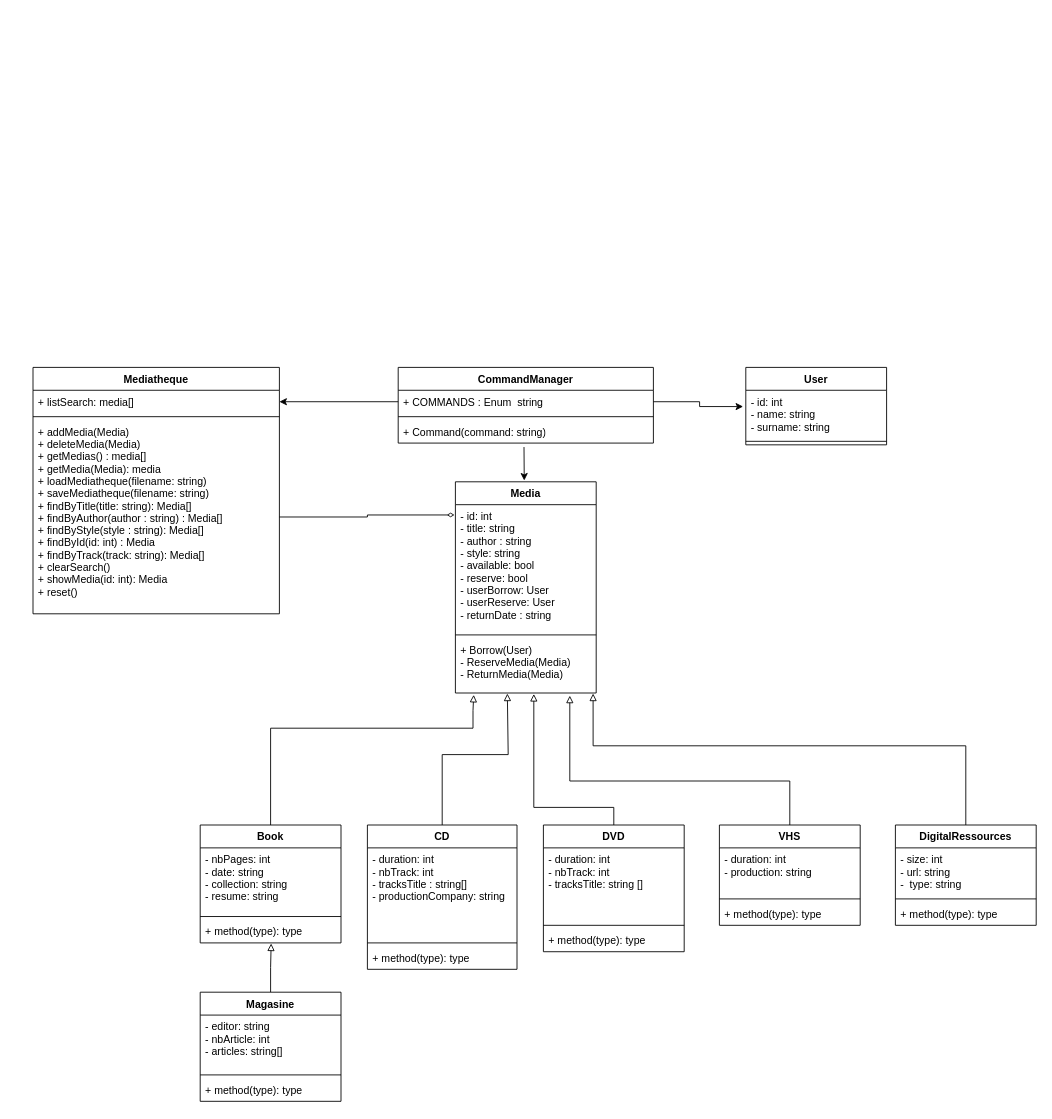
This is page "UML" (1 of 2) of UML.drawio from BillyBigGun/EnseirbBiblio, a draw.io file, before an edit. Source tidied: cells renumbered, new cells numbered last; positions are measured from the earlier drawing's top-left corner, leaving out a move shared by most shapes. Both pictures are drawn from the tidied source at 88%, with x=0, y=0 at pixel (33, 367).
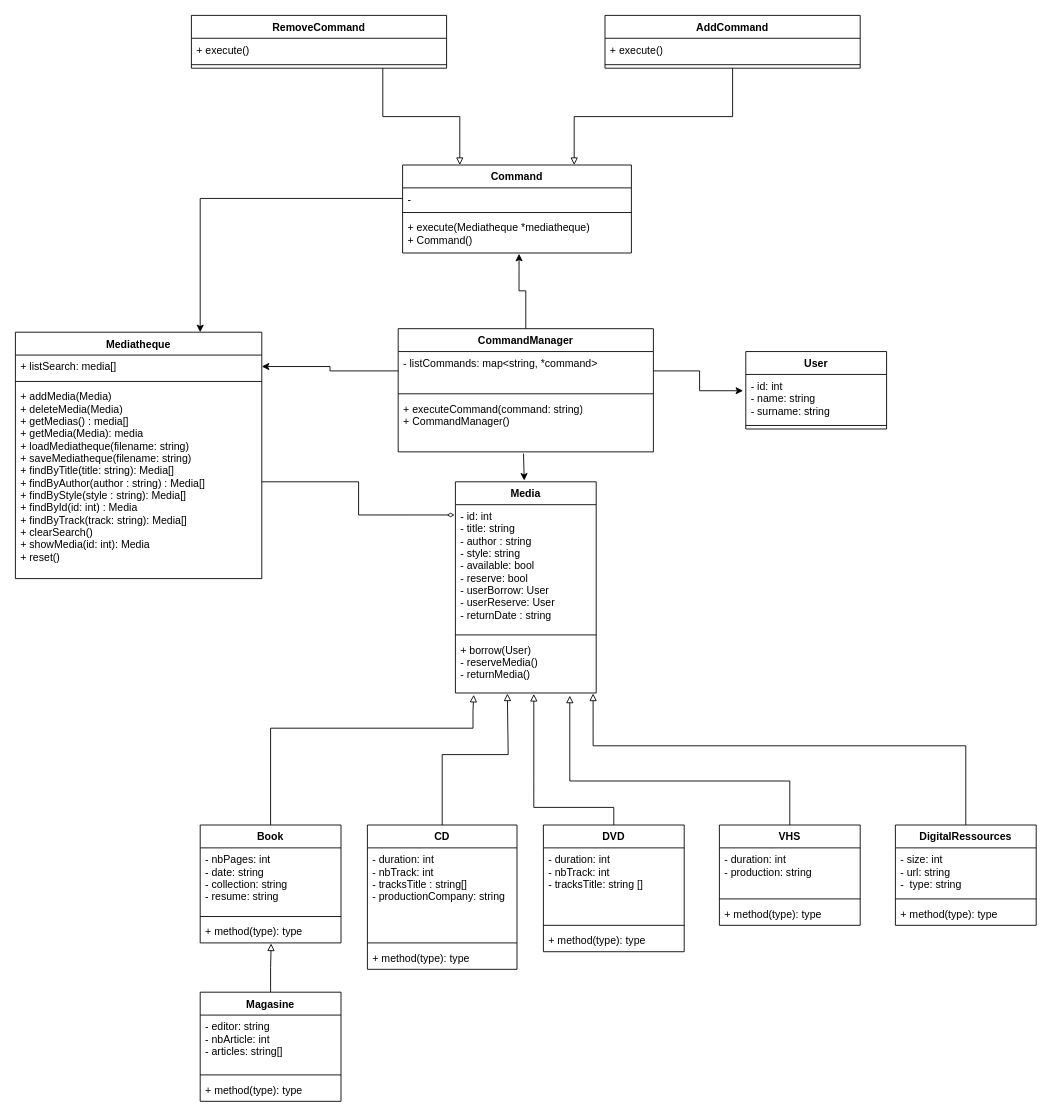
The same diagram, later.

The change refers to these unchanged cells:
```xml
<mxCell id="7" value="Media" style="swimlane;fontStyle=1;align=center;verticalAlign=top;horizontal=1;startSize=26;" parent="1" vertex="1">
  <mxGeometry x="480" y="130" width="160" height="240" as="geometry" />
</mxCell>
```

What changed in the source:
```diff
@@
     <mxCell id="2" value="Mediatheque&#10;" style="swimlane;fontStyle=1;align=center;verticalAlign=top;horizontal=1;startSize=26;" parent="1" vertex="1">
-      <mxGeometry width="280" height="280" as="geometry" />
+      <mxGeometry x="-20" y="-40" width="280" height="280" as="geometry" />
     </mxCell>
@@
-    <mxCell id="6" style="edgeStyle=orthogonalEdgeStyle;rounded=0;jettySize=auto;html=1;exitX=0.489;exitY=-0.006;exitDx=0;exitDy=0;entryX=0.493;entryY=1.173;entryDx=0;entryDy=0;entryPerimeter=0;endArrow=none;endFill=0;startArrow=classic;startFill=1;exitPerimeter=0;" parent="1" edge="1" source="7" target="47">
+    <mxCell id="6" style="edgeStyle=orthogonalEdgeStyle;rounded=0;jettySize=auto;html=1;exitX=0.489;exitY=-0.006;exitDx=0;exitDy=0;entryX=0.491;entryY=1.032;entryDx=0;entryDy=0;entryPerimeter=0;endArrow=none;endFill=0;startArrow=classic;startFill=1;exitPerimeter=0;" parent="1" edge="1" source="7" target="47">
       <mxGeometry relative="1" as="geometry" />
     </mxCell>
@@
-    <mxCell id="10" value="+ Borrow(User)&#10;- ReserveMedia(Media)&#10;- ReturnMedia(Media)" style="text;strokeColor=none;fillColor=none;align=left;verticalAlign=top;spacingLeft=4;spacingRight=4;overflow=hidden;points=[[0,0.5],[1,0.5]];portConstraint=eastwest;" parent="7" vertex="1">
+    <mxCell id="10" value="+ borrow(User)&#10;- reserveMedia()&#10;- returnMedia()" style="text;strokeColor=none;fillColor=none;align=left;verticalAlign=top;spacingLeft=4;spacingRight=4;overflow=hidden;points=[[0,0.5],[1,0.5]];portConstraint=eastwest;" parent="7" vertex="1">
       <mxGeometry y="178" width="160" height="62" as="geometry" />
     </mxCell>
@@
     <mxCell id="31" value="User" style="swimlane;fontStyle=1;align=center;verticalAlign=top;horizontal=1;startSize=26;whiteSpace=wrap;html=1;" parent="1" vertex="1">
-      <mxGeometry x="810" width="160" height="88" as="geometry" />
+      <mxGeometry x="810" y="-18" width="160" height="88" as="geometry" />
     </mxCell>
@@
+    <mxCell id="51" style="edgeStyle=orthogonalEdgeStyle;rounded=0;jettySize=auto;html=1;exitX=0.5;exitY=0;exitDx=0;exitDy=0;entryX=0.509;entryY=1.022;entryDx=0;entryDy=0;entryPerimeter=0;" parent="1" edge="1" source="44" target="64">
+      <mxGeometry relative="1" as="geometry" />
+    </mxCell>
     <mxCell id="44" value="CommandManager" style="swimlane;fontStyle=1;align=center;verticalAlign=top;horizontal=1;startSize=26;whiteSpace=wrap;html=1;" parent="1" vertex="1">
-      <mxGeometry x="415" width="290" height="86" as="geometry" />
+      <mxGeometry x="415" y="-44" width="290" height="140" as="geometry" />
     </mxCell>
-    <mxCell id="45" value="+ COMMANDS : Enum&amp;nbsp; string" style="text;strokeColor=none;fillColor=none;align=left;verticalAlign=top;spacingLeft=4;spacingRight=4;overflow=hidden;points=[[0,0.5],[1,0.5]];portConstraint=eastwest;whiteSpace=wrap;html=1;" parent="44" vertex="1">
-      <mxGeometry y="26" width="290" height="26" as="geometry" />
+    <mxCell id="45" value="- listCommands: map&amp;lt;string, *command&amp;gt;&amp;nbsp;" style="text;strokeColor=none;fillColor=none;align=left;verticalAlign=top;spacingLeft=4;spacingRight=4;overflow=hidden;points=[[0,0.5],[1,0.5]];portConstraint=eastwest;whiteSpace=wrap;html=1;" parent="44" vertex="1">
+      <mxGeometry y="26" width="290" height="44" as="geometry" />
     </mxCell>
     <mxCell id="46" style="line;strokeWidth=1;fillColor=none;align=left;verticalAlign=middle;spacingTop=-1;spacingLeft=3;spacingRight=3;labelPosition=right;strokeColor=inherit;" parent="44" vertex="1">
-      <mxGeometry y="52" width="290" height="8" as="geometry" />
+      <mxGeometry y="70" width="290" height="8" as="geometry" />
     </mxCell>
-    <mxCell id="47" value="+ Command(command: string)" style="text;strokeColor=none;fillColor=none;align=left;verticalAlign=top;spacingLeft=4;spacingRight=4;overflow=hidden;points=[[0,0.5],[1,0.5]];portConstraint=eastwest;whiteSpace=wrap;html=1;" parent="44" vertex="1">
-      <mxGeometry y="60" width="290" height="26" as="geometry" />
+    <mxCell id="47" value="+ executeCommand(command: string)&lt;br&gt;+ CommandManager()" style="text;strokeColor=none;fillColor=none;align=left;verticalAlign=top;spacingLeft=4;spacingRight=4;overflow=hidden;points=[[0,0.5],[1,0.5]];portConstraint=eastwest;whiteSpace=wrap;html=1;" parent="44" vertex="1">
+      <mxGeometry y="78" width="290" height="62" as="geometry" />
     </mxCell>
@@
+    <mxCell id="52" style="edgeStyle=orthogonalEdgeStyle;rounded=0;jettySize=auto;html=1;exitX=0.75;exitY=1;exitDx=0;exitDy=0;entryX=0.25;entryY=0;entryDx=0;entryDy=0;endArrow=block;endFill=0;" parent="1" edge="1" source="53" target="61">
+      <mxGeometry relative="1" as="geometry" />
+    </mxCell>
+    <mxCell id="53" value="RemoveCommand" style="swimlane;fontStyle=1;align=center;verticalAlign=top;horizontal=1;startSize=26;whiteSpace=wrap;html=1;" parent="1" vertex="1">
+      <mxGeometry x="180" y="-400" width="290" height="60" as="geometry" />
+    </mxCell>
+    <mxCell id="54" value="+ execute()" style="text;strokeColor=none;fillColor=none;align=left;verticalAlign=top;spacingLeft=4;spacingRight=4;overflow=hidden;whiteSpace=wrap;html=1;" parent="53" vertex="1">
+      <mxGeometry y="26" width="290" height="26" as="geometry" />
+    </mxCell>
+    <mxCell id="55" style="line;strokeWidth=1;fillColor=none;align=left;verticalAlign=middle;spacingTop=-1;spacingLeft=3;spacingRight=3;labelPosition=right;strokeColor=inherit;" parent="53" vertex="1">
+      <mxGeometry y="52" width="290" height="8" as="geometry" />
+    </mxCell>
+    <mxCell id="56" style="edgeStyle=orthogonalEdgeStyle;rounded=0;jettySize=auto;html=1;exitX=0.5;exitY=1;exitDx=0;exitDy=0;entryX=0.75;entryY=0;entryDx=0;entryDy=0;endArrow=block;endFill=0;" parent="1" edge="1" source="57" target="61">
+      <mxGeometry relative="1" as="geometry" />
+    </mxCell>
+    <mxCell id="57" value="AddCommand" style="swimlane;fontStyle=1;align=center;verticalAlign=top;horizontal=1;startSize=26;whiteSpace=wrap;html=1;" parent="1" vertex="1">
+      <mxGeometry x="650" y="-400" width="290" height="60" as="geometry" />
+    </mxCell>
+    <mxCell id="58" value="+ execute()" style="text;strokeColor=none;fillColor=none;align=left;verticalAlign=top;spacingLeft=4;spacingRight=4;overflow=hidden;whiteSpace=wrap;html=1;" parent="57" vertex="1">
+      <mxGeometry y="26" width="290" height="26" as="geometry" />
+    </mxCell>
+    <mxCell id="59" style="line;strokeWidth=1;fillColor=none;align=left;verticalAlign=middle;spacingTop=-1;spacingLeft=3;spacingRight=3;labelPosition=right;strokeColor=inherit;" parent="57" vertex="1">
+      <mxGeometry y="52" width="290" height="8" as="geometry" />
+    </mxCell>
+    <mxCell id="60" style="edgeStyle=orthogonalEdgeStyle;rounded=0;jettySize=auto;html=1;exitX=0;exitY=0.5;exitDx=0;exitDy=0;entryX=0.75;entryY=0;entryDx=0;entryDy=0;" parent="1" edge="1" source="62" target="2">
+      <mxGeometry relative="1" as="geometry" />
+    </mxCell>
+    <mxCell id="61" value="Command" style="swimlane;fontStyle=1;align=center;verticalAlign=top;horizontal=1;startSize=26;whiteSpace=wrap;html=1;" parent="1" vertex="1">
+      <mxGeometry x="420" y="-230" width="260" height="100" as="geometry" />
+    </mxCell>
+    <mxCell id="62" value="-&amp;nbsp;" style="text;strokeColor=none;fillColor=none;align=left;verticalAlign=top;spacingLeft=4;spacingRight=4;overflow=hidden;points=[[0,0.5],[1,0.5]];portConstraint=eastwest;whiteSpace=wrap;html=1;" parent="61" vertex="1">
+      <mxGeometry y="26" width="260" height="24" as="geometry" />
+    </mxCell>
+    <mxCell id="63" style="line;strokeWidth=1;fillColor=none;align=left;verticalAlign=middle;spacingTop=-1;spacingLeft=3;spacingRight=3;labelPosition=right;strokeColor=inherit;" parent="61" vertex="1">
+      <mxGeometry y="50" width="260" height="8" as="geometry" />
+    </mxCell>
+    <mxCell id="64" value="+ execute(Mediatheque *mediatheque)&amp;nbsp;&lt;br style=&quot;border-color: var(--border-color);&quot;&gt;+ Command()" style="text;strokeColor=none;fillColor=none;align=left;verticalAlign=top;spacingLeft=4;spacingRight=4;overflow=hidden;points=[[0,0.5],[1,0.5]];portConstraint=eastwest;whiteSpace=wrap;html=1;" parent="61" vertex="1">
+      <mxGeometry y="58" width="260" height="42" as="geometry" />
+    </mxCell>
```
